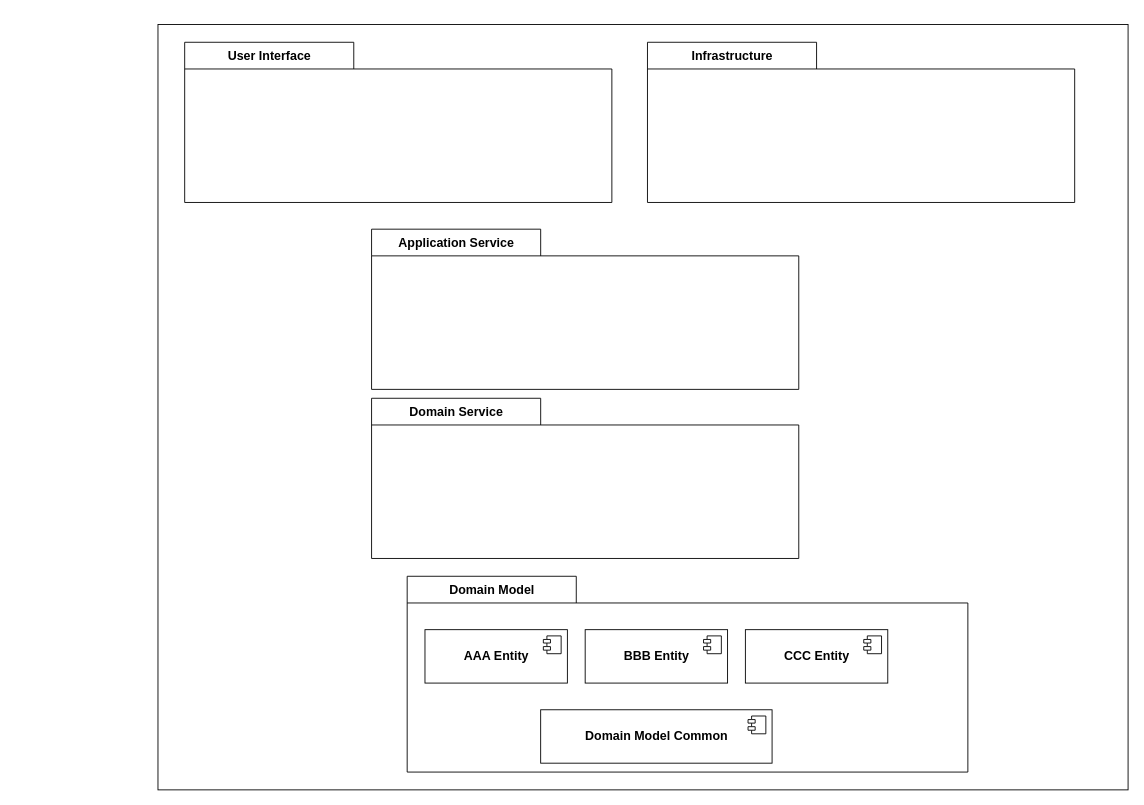
This is page "コンポーネント設計" (3 of 7) of Documents/Design/Figures.drawio from bosssanovar/WindowsApp_Template_202404, a draw.io file, before an edit. Source tidied: cells renumbered, new cells numbered last; positions are measured from the earlier drawing's top-left corner, leaving out a move shared by most shapes. Both pictures are drawn from the tidied source at 89%, with x=0, y=0 at pixel (158, 24).
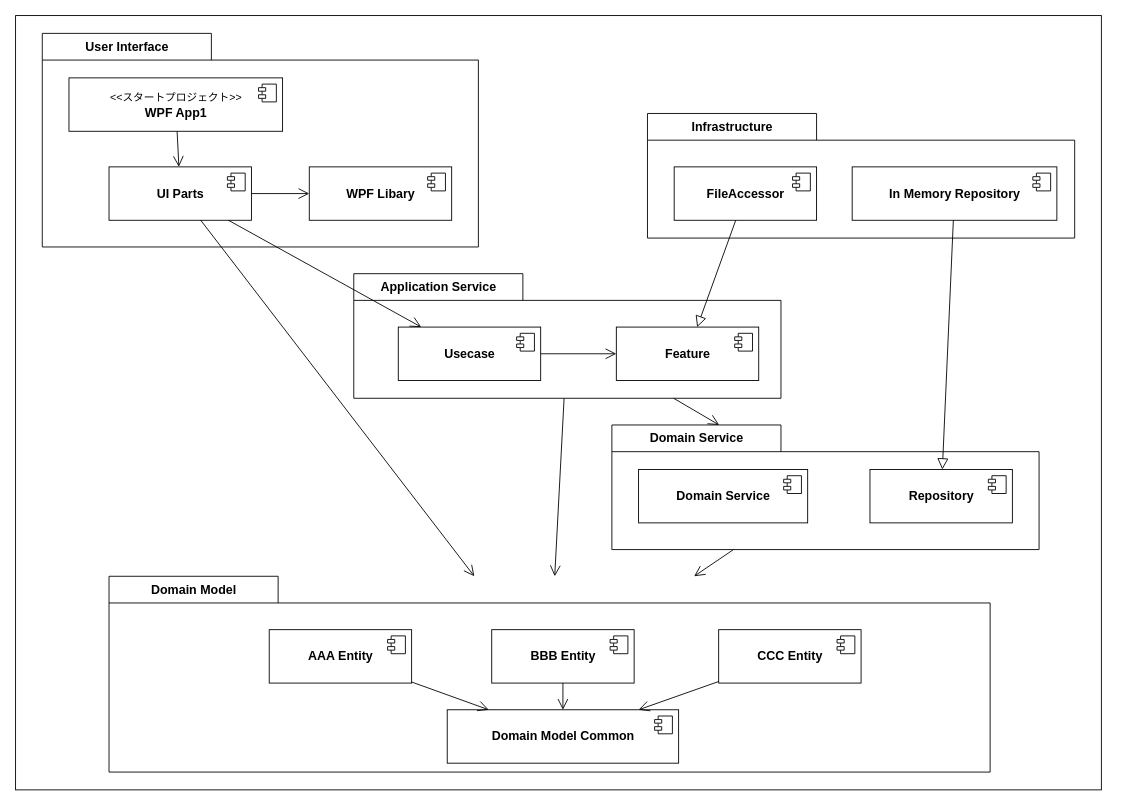
Above is the later version.

Diff of the diagram source:
```diff
@@
     <mxCell id="2" style="rounded=0;whiteSpace=wrap;html=1;strokeColor=#000000;strokeWidth=1;fontSize=14;fontColor=#000000;fillColor=#FFFFFF;" parent="1" vertex="1">
-      <mxGeometry width="1090" height="860" as="geometry" />
+      <mxGeometry x="-160" y="-10" width="1220" height="870" as="geometry" />
     </mxCell>
     <mxCell id="3" value="Domain Model" style="shape=folder;fontStyle=1;tabWidth=190;tabHeight=30;tabPosition=left;html=1;boundedLbl=1;labelInHeader=1;strokeColor=#000000;strokeWidth=1;fontSize=14;fontColor=#000000;fillColor=#FFFFFF;" parent="1" vertex="1">
-      <mxGeometry x="280" y="620" width="630" height="220" as="geometry" />
+      <mxGeometry x="-55" y="620" width="990" height="220" as="geometry" />
     </mxCell>
     <mxCell id="4" style="html=1;strokeColor=none;fillColor=none;strokeWidth=1;fontSize=14;fontColor=#000000;" parent="3" vertex="1">
-      <mxGeometry width="630" height="154" relative="1" as="geometry">
+      <mxGeometry width="990" height="154" relative="1" as="geometry">
         <mxPoint y="30" as="offset" />
       </mxGeometry>
     </mxCell>
     <mxCell id="5" value="&lt;b&gt;Domain Model Common&lt;/b&gt;" style="html=1;strokeColor=#000000;strokeWidth=1;fontSize=14;fontColor=#000000;fillColor=#FFFFFF;" parent="3" vertex="1">
-      <mxGeometry x="150" y="150" width="260" height="60" as="geometry" />
+      <mxGeometry x="380" y="150" width="260" height="60" as="geometry" />
     </mxCell>
-    <mxCell id="6" style="shape=module;jettyWidth=8;jettyHeight=4;strokeColor=#000000;strokeWidth=1;fontSize=14;fontColor=#000000;fillColor=#FFFFFF;" parent="5" vertex="1">
-      <mxGeometry x="1" width="20" height="20" relative="1" as="geometry">
-        <mxPoint x="-27" y="7" as="offset" />
-      </mxGeometry>
-    </mxCell>
+    <mxCell id="21" style="shape=module;jettyWidth=8;jettyHeight=4;strokeColor=#000000;strokeWidth=1;fontSize=14;fontColor=#000000;fillColor=#FFFFFF;" parent="5" vertex="1">
+      <mxGeometry x="1" width="20" height="20" relative="1" as="geometry">
+        <mxPoint x="-27" y="7" as="offset" />
+      </mxGeometry>
+    </mxCell>
+    <mxCell id="17" value="&lt;b&gt;AAA Entity&lt;/b&gt;" style="html=1;strokeColor=#000000;strokeWidth=1;fontSize=14;fontColor=#000000;fillColor=#FFFFFF;" parent="3" vertex="1">
+      <mxGeometry x="180" y="60" width="160" height="60" as="geometry" />
+    </mxCell>
+    <mxCell id="22" style="shape=module;jettyWidth=8;jettyHeight=4;strokeColor=#000000;strokeWidth=1;fontSize=14;fontColor=#000000;fillColor=#FFFFFF;" parent="17" vertex="1">
+      <mxGeometry x="1" width="20" height="20" relative="1" as="geometry">
+        <mxPoint x="-27" y="7" as="offset" />
+      </mxGeometry>
+    </mxCell>
+    <mxCell id="23" style="edgeStyle=none;html=1;fontSize=12;fontColor=#000000;strokeWidth=1;startSize=6;endSize=10;endArrow=open;endFill=0;" parent="3" edge="1" source="17" target="5">
+      <mxGeometry relative="1" as="geometry" />
+    </mxCell>
+    <mxCell id="19" value="&lt;b&gt;BBB Entity&lt;/b&gt;" style="html=1;strokeColor=#000000;strokeWidth=1;fontSize=14;fontColor=#000000;fillColor=#FFFFFF;" parent="3" vertex="1">
+      <mxGeometry x="430" y="60" width="160" height="60" as="geometry" />
+    </mxCell>
+    <mxCell id="24" style="shape=module;jettyWidth=8;jettyHeight=4;strokeColor=#000000;strokeWidth=1;fontSize=14;fontColor=#000000;fillColor=#FFFFFF;" parent="19" vertex="1">
+      <mxGeometry x="1" width="20" height="20" relative="1" as="geometry">
+        <mxPoint x="-27" y="7" as="offset" />
+      </mxGeometry>
+    </mxCell>
+    <mxCell id="25" style="edgeStyle=none;html=1;fontSize=12;fontColor=#000000;strokeWidth=1;startSize=6;endSize=10;endArrow=open;endFill=0;" parent="3" edge="1" source="19" target="5">
+      <mxGeometry relative="1" as="geometry" />
+    </mxCell>
+    <mxCell id="15" value="&lt;b&gt;CCC Entity&lt;/b&gt;" style="html=1;strokeColor=#000000;strokeWidth=1;fontSize=14;fontColor=#000000;fillColor=#FFFFFF;" parent="3" vertex="1">
+      <mxGeometry x="685" y="60" width="160" height="60" as="geometry" />
+    </mxCell>
+    <mxCell id="26" style="shape=module;jettyWidth=8;jettyHeight=4;strokeColor=#000000;strokeWidth=1;fontSize=14;fontColor=#000000;fillColor=#FFFFFF;" parent="15" vertex="1">
+      <mxGeometry x="1" width="20" height="20" relative="1" as="geometry">
+        <mxPoint x="-27" y="7" as="offset" />
+      </mxGeometry>
+    </mxCell>
+    <mxCell id="27" style="edgeStyle=none;html=1;fontSize=12;fontColor=#000000;strokeWidth=1;startSize=6;endSize=10;endArrow=open;endFill=0;" parent="3" edge="1" source="15" target="5">
+      <mxGeometry relative="1" as="geometry" />
+    </mxCell>
+    <mxCell id="28" style="edgeStyle=none;html=1;fontSize=12;fontColor=#000000;strokeWidth=1;startSize=6;endSize=10;endArrow=open;endFill=0;" parent="1" edge="1" source="7" target="3">
+      <mxGeometry relative="1" as="geometry" />
+    </mxCell>
     <mxCell id="7" value="Domain Service" style="shape=folder;fontStyle=1;tabWidth=190;tabHeight=30;tabPosition=left;html=1;boundedLbl=1;labelInHeader=1;strokeColor=#000000;strokeWidth=1;fontSize=14;fontColor=#000000;fillColor=#FFFFFF;" parent="1" vertex="1">
-      <mxGeometry x="240" y="420" width="480" height="180" as="geometry" />
+      <mxGeometry x="510" y="450" width="480" height="140" as="geometry" />
     </mxCell>
     <mxCell id="8" style="html=1;strokeColor=none;fillColor=none;strokeWidth=1;fontSize=14;fontColor=#000000;" parent="7" vertex="1">
-      <mxGeometry width="480" height="126" relative="1" as="geometry">
+      <mxGeometry width="480" height="98" relative="1" as="geometry">
         <mxPoint y="30" as="offset" />
       </mxGeometry>
     </mxCell>
+    <mxCell id="29" value="&lt;b&gt;Domain Service&lt;/b&gt;" style="html=1;strokeColor=#000000;strokeWidth=1;fontSize=14;fontColor=#000000;fillColor=#FFFFFF;" parent="7" vertex="1">
+      <mxGeometry x="30" y="50" width="190" height="60" as="geometry" />
+    </mxCell>
+    <mxCell id="30" style="shape=module;jettyWidth=8;jettyHeight=4;strokeColor=#000000;strokeWidth=1;fontSize=14;fontColor=#000000;fillColor=#FFFFFF;" parent="29" vertex="1">
+      <mxGeometry x="1" width="20" height="20" relative="1" as="geometry">
+        <mxPoint x="-27" y="7" as="offset" />
+      </mxGeometry>
+    </mxCell>
+    <mxCell id="31" value="&lt;b&gt;Repository&lt;/b&gt;" style="html=1;strokeColor=#000000;strokeWidth=1;fontSize=14;fontColor=#000000;fillColor=#FFFFFF;" parent="7" vertex="1">
+      <mxGeometry x="290" y="50" width="160" height="60" as="geometry" />
+    </mxCell>
+    <mxCell id="32" style="shape=module;jettyWidth=8;jettyHeight=4;strokeColor=#000000;strokeWidth=1;fontSize=14;fontColor=#000000;fillColor=#FFFFFF;" parent="31" vertex="1">
+      <mxGeometry x="1" width="20" height="20" relative="1" as="geometry">
+        <mxPoint x="-27" y="7" as="offset" />
+      </mxGeometry>
+    </mxCell>
     <mxCell id="9" value="Application Service" style="shape=folder;fontStyle=1;tabWidth=190;tabHeight=30;tabPosition=left;html=1;boundedLbl=1;labelInHeader=1;strokeColor=#000000;strokeWidth=1;fontSize=14;fontColor=#000000;fillColor=#FFFFFF;" parent="1" vertex="1">
-      <mxGeometry x="240" y="230" width="480" height="180" as="geometry" />
+      <mxGeometry x="220" y="280" width="480" height="140" as="geometry" />
     </mxCell>
     <mxCell id="10" style="html=1;strokeColor=none;fillColor=none;strokeWidth=1;fontSize=14;fontColor=#000000;" parent="9" vertex="1">
-      <mxGeometry width="480" height="126" relative="1" as="geometry">
+      <mxGeometry width="480" height="98" relative="1" as="geometry">
         <mxPoint y="30" as="offset" />
       </mxGeometry>
     </mxCell>
+    <mxCell id="33" value="&lt;b&gt;Feature&lt;/b&gt;" style="html=1;strokeColor=#000000;strokeWidth=1;fontSize=14;fontColor=#000000;fillColor=#FFFFFF;" parent="9" vertex="1">
+      <mxGeometry x="295" y="60" width="160" height="60" as="geometry" />
+    </mxCell>
+    <mxCell id="34" style="shape=module;jettyWidth=8;jettyHeight=4;strokeColor=#000000;strokeWidth=1;fontSize=14;fontColor=#000000;fillColor=#FFFFFF;" parent="33" vertex="1">
+      <mxGeometry x="1" width="20" height="20" relative="1" as="geometry">
+        <mxPoint x="-27" y="7" as="offset" />
+      </mxGeometry>
+    </mxCell>
+    <mxCell id="35" value="&lt;b&gt;Usecase&lt;/b&gt;" style="html=1;strokeColor=#000000;strokeWidth=1;fontSize=14;fontColor=#000000;fillColor=#FFFFFF;" parent="9" vertex="1">
+      <mxGeometry x="50" y="60" width="160" height="60" as="geometry" />
+    </mxCell>
+    <mxCell id="36" style="shape=module;jettyWidth=8;jettyHeight=4;strokeColor=#000000;strokeWidth=1;fontSize=14;fontColor=#000000;fillColor=#FFFFFF;" parent="35" vertex="1">
+      <mxGeometry x="1" width="20" height="20" relative="1" as="geometry">
+        <mxPoint x="-27" y="7" as="offset" />
+      </mxGeometry>
+    </mxCell>
+    <mxCell id="37" style="edgeStyle=none;html=1;strokeWidth=1;fontSize=12;fontColor=#000000;endArrow=open;endFill=0;startSize=6;endSize=10;" parent="9" edge="1" source="35" target="33">
+      <mxGeometry relative="1" as="geometry" />
+    </mxCell>
     <mxCell id="11" value="User Interface" style="shape=folder;fontStyle=1;tabWidth=190;tabHeight=30;tabPosition=left;html=1;boundedLbl=1;labelInHeader=1;strokeColor=#000000;strokeWidth=1;fontSize=14;fontColor=#000000;fillColor=#FFFFFF;" parent="1" vertex="1">
-      <mxGeometry x="30" y="20" width="480" height="180" as="geometry" />
+      <mxGeometry x="-130" y="10" width="490" height="240" as="geometry" />
     </mxCell>
     <mxCell id="12" style="html=1;strokeColor=none;fillColor=none;strokeWidth=1;fontSize=14;fontColor=#000000;" parent="11" vertex="1">
-      <mxGeometry width="480" height="126" relative="1" as="geometry">
+      <mxGeometry width="490" height="168" relative="1" as="geometry">
         <mxPoint y="30" as="offset" />
       </mxGeometry>
     </mxCell>
+    <mxCell id="38" value="&lt;b&gt;UI Parts&lt;/b&gt;" style="html=1;strokeColor=#000000;strokeWidth=1;fontSize=14;fontColor=#000000;fillColor=#FFFFFF;" parent="11" vertex="1">
+      <mxGeometry x="75" y="150" width="160" height="60" as="geometry" />
+    </mxCell>
+    <mxCell id="39" style="shape=module;jettyWidth=8;jettyHeight=4;strokeColor=#000000;strokeWidth=1;fontSize=14;fontColor=#000000;fillColor=#FFFFFF;" parent="38" vertex="1">
+      <mxGeometry x="1" width="20" height="20" relative="1" as="geometry">
+        <mxPoint x="-27" y="7" as="offset" />
+      </mxGeometry>
+    </mxCell>
+    <mxCell id="40" value="&lt;b&gt;WPF Libary&lt;br&gt;&lt;/b&gt;" style="html=1;strokeColor=#000000;strokeWidth=1;fontSize=14;fontColor=#000000;fillColor=#FFFFFF;" parent="11" vertex="1">
+      <mxGeometry x="300" y="150" width="160" height="60" as="geometry" />
+    </mxCell>
+    <mxCell id="41" style="shape=module;jettyWidth=8;jettyHeight=4;strokeColor=#000000;strokeWidth=1;fontSize=14;fontColor=#000000;fillColor=#FFFFFF;" parent="40" vertex="1">
+      <mxGeometry x="1" width="20" height="20" relative="1" as="geometry">
+        <mxPoint x="-27" y="7" as="offset" />
+      </mxGeometry>
+    </mxCell>
+    <mxCell id="42" style="edgeStyle=none;html=1;strokeWidth=1;fontSize=12;fontColor=#000000;endArrow=open;endFill=0;startSize=6;endSize=10;" parent="11" edge="1" source="38" target="40">
+      <mxGeometry relative="1" as="geometry" />
+    </mxCell>
+    <mxCell id="43" value="&lt;font style=&quot;font-size: 12px;&quot;&gt;&amp;lt;&amp;lt;スタートプロジェクト&amp;gt;&amp;gt;&lt;/font&gt;&lt;br&gt;&lt;b&gt;WPF App1&lt;/b&gt;" style="html=1;strokeColor=#000000;strokeWidth=1;fontSize=14;fontColor=#000000;fillColor=#FFFFFF;" parent="11" vertex="1">
+      <mxGeometry x="30" y="50" width="240" height="60" as="geometry" />
+    </mxCell>
+    <mxCell id="44" style="shape=module;jettyWidth=8;jettyHeight=4;strokeColor=#000000;strokeWidth=1;fontSize=14;fontColor=#000000;fillColor=#FFFFFF;" parent="43" vertex="1">
+      <mxGeometry x="1" width="20" height="20" relative="1" as="geometry">
+        <mxPoint x="-27" y="7" as="offset" />
+      </mxGeometry>
+    </mxCell>
+    <mxCell id="45" style="edgeStyle=none;html=1;strokeWidth=1;fontSize=12;fontColor=#000000;endArrow=open;endFill=0;startSize=6;endSize=10;" parent="11" edge="1" source="43" target="38">
+      <mxGeometry relative="1" as="geometry" />
+    </mxCell>
     <mxCell id="13" value="Infrastructure" style="shape=folder;fontStyle=1;tabWidth=190;tabHeight=30;tabPosition=left;html=1;boundedLbl=1;labelInHeader=1;strokeColor=#000000;strokeWidth=1;fontSize=14;fontColor=#000000;fillColor=#FFFFFF;" parent="1" vertex="1">
-      <mxGeometry x="550" y="20" width="480" height="180" as="geometry" />
+      <mxGeometry x="550" y="100" width="480" height="140" as="geometry" />
     </mxCell>
     <mxCell id="14" style="html=1;strokeColor=none;fillColor=none;strokeWidth=1;fontSize=14;fontColor=#000000;" parent="13" vertex="1">
-      <mxGeometry width="480" height="126" relative="1" as="geometry">
+      <mxGeometry width="480" height="98" relative="1" as="geometry">
         <mxPoint y="30" as="offset" />
       </mxGeometry>
     </mxCell>
-    <mxCell id="15" value="&lt;b&gt;CCC Entity&lt;/b&gt;" style="html=1;strokeColor=#000000;strokeWidth=1;fontSize=14;fontColor=#000000;fillColor=#FFFFFF;" parent="1" vertex="1">
-      <mxGeometry x="660" y="680" width="160" height="60" as="geometry" />
-    </mxCell>
-    <mxCell id="16" style="shape=module;jettyWidth=8;jettyHeight=4;strokeColor=#000000;strokeWidth=1;fontSize=14;fontColor=#000000;fillColor=#FFFFFF;" parent="15" vertex="1">
-      <mxGeometry x="1" width="20" height="20" relative="1" as="geometry">
-        <mxPoint x="-27" y="7" as="offset" />
-      </mxGeometry>
-    </mxCell>
-    <mxCell id="17" value="&lt;b&gt;AAA Entity&lt;/b&gt;" style="html=1;strokeColor=#000000;strokeWidth=1;fontSize=14;fontColor=#000000;fillColor=#FFFFFF;" parent="1" vertex="1">
-      <mxGeometry x="300" y="680" width="160" height="60" as="geometry" />
-    </mxCell>
-    <mxCell id="18" style="shape=module;jettyWidth=8;jettyHeight=4;strokeColor=#000000;strokeWidth=1;fontSize=14;fontColor=#000000;fillColor=#FFFFFF;" parent="17" vertex="1">
-      <mxGeometry x="1" width="20" height="20" relative="1" as="geometry">
-        <mxPoint x="-27" y="7" as="offset" />
-      </mxGeometry>
-    </mxCell>
-    <mxCell id="19" value="&lt;b&gt;BBB Entity&lt;/b&gt;" style="html=1;strokeColor=#000000;strokeWidth=1;fontSize=14;fontColor=#000000;fillColor=#FFFFFF;" parent="1" vertex="1">
-      <mxGeometry x="480" y="680" width="160" height="60" as="geometry" />
-    </mxCell>
-    <mxCell id="20" style="shape=module;jettyWidth=8;jettyHeight=4;strokeColor=#000000;strokeWidth=1;fontSize=14;fontColor=#000000;fillColor=#FFFFFF;" parent="19" vertex="1">
-      <mxGeometry x="1" width="20" height="20" relative="1" as="geometry">
-        <mxPoint x="-27" y="7" as="offset" />
-      </mxGeometry>
-    </mxCell>
+    <mxCell id="46" value="&lt;b&gt;FileAccessor&lt;/b&gt;" style="html=1;strokeColor=#000000;strokeWidth=1;fontSize=14;fontColor=#000000;fillColor=#FFFFFF;" parent="13" vertex="1">
+      <mxGeometry x="30" y="60" width="160" height="60" as="geometry" />
+    </mxCell>
+    <mxCell id="47" style="shape=module;jettyWidth=8;jettyHeight=4;strokeColor=#000000;strokeWidth=1;fontSize=14;fontColor=#000000;fillColor=#FFFFFF;" parent="46" vertex="1">
+      <mxGeometry x="1" width="20" height="20" relative="1" as="geometry">
+        <mxPoint x="-27" y="7" as="offset" />
+      </mxGeometry>
+    </mxCell>
+    <mxCell id="48" value="&lt;b&gt;In Memory Repository&lt;/b&gt;" style="html=1;strokeColor=#000000;strokeWidth=1;fontSize=14;fontColor=#000000;fillColor=#FFFFFF;" parent="13" vertex="1">
+      <mxGeometry x="230" y="60" width="230" height="60" as="geometry" />
+    </mxCell>
+    <mxCell id="49" style="shape=module;jettyWidth=8;jettyHeight=4;strokeColor=#000000;strokeWidth=1;fontSize=14;fontColor=#000000;fillColor=#FFFFFF;" parent="48" vertex="1">
+      <mxGeometry x="1" width="20" height="20" relative="1" as="geometry">
+        <mxPoint x="-27" y="7" as="offset" />
+      </mxGeometry>
+    </mxCell>
+    <mxCell id="50" style="edgeStyle=none;html=1;strokeWidth=1;fontSize=12;fontColor=#000000;endArrow=open;endFill=0;startSize=6;endSize=10;" parent="1" edge="1" source="38" target="35">
+      <mxGeometry relative="1" as="geometry" />
+    </mxCell>
+    <mxCell id="51" style="edgeStyle=none;html=1;fontSize=12;fontColor=#000000;strokeWidth=1;startSize=6;endSize=10;endArrow=open;endFill=0;" parent="1" edge="1" source="9" target="7">
+      <mxGeometry relative="1" as="geometry" />
+    </mxCell>
+    <mxCell id="52" style="edgeStyle=none;html=1;fontSize=12;fontColor=#000000;strokeWidth=1;startSize=6;endSize=10;endArrow=open;endFill=0;" parent="1" edge="1" source="9" target="3">
+      <mxGeometry relative="1" as="geometry" />
+    </mxCell>
+    <mxCell id="53" style="edgeStyle=none;html=1;strokeWidth=1;fontSize=12;fontColor=#000000;endArrow=block;endFill=0;startSize=6;endSize=10;" parent="1" edge="1" source="46" target="33">
+      <mxGeometry relative="1" as="geometry" />
+    </mxCell>
+    <mxCell id="54" style="edgeStyle=none;html=1;strokeWidth=1;fontSize=12;fontColor=#000000;endArrow=block;endFill=0;startSize=6;endSize=10;" parent="1" edge="1" source="48" target="31">
+      <mxGeometry relative="1" as="geometry" />
+    </mxCell>
+    <mxCell id="55" style="edgeStyle=none;html=1;strokeWidth=1;fontSize=12;fontColor=#000000;endArrow=open;endFill=0;startSize=6;endSize=10;" parent="1" edge="1" source="38" target="3">
+      <mxGeometry relative="1" as="geometry" />
+    </mxCell>
```
